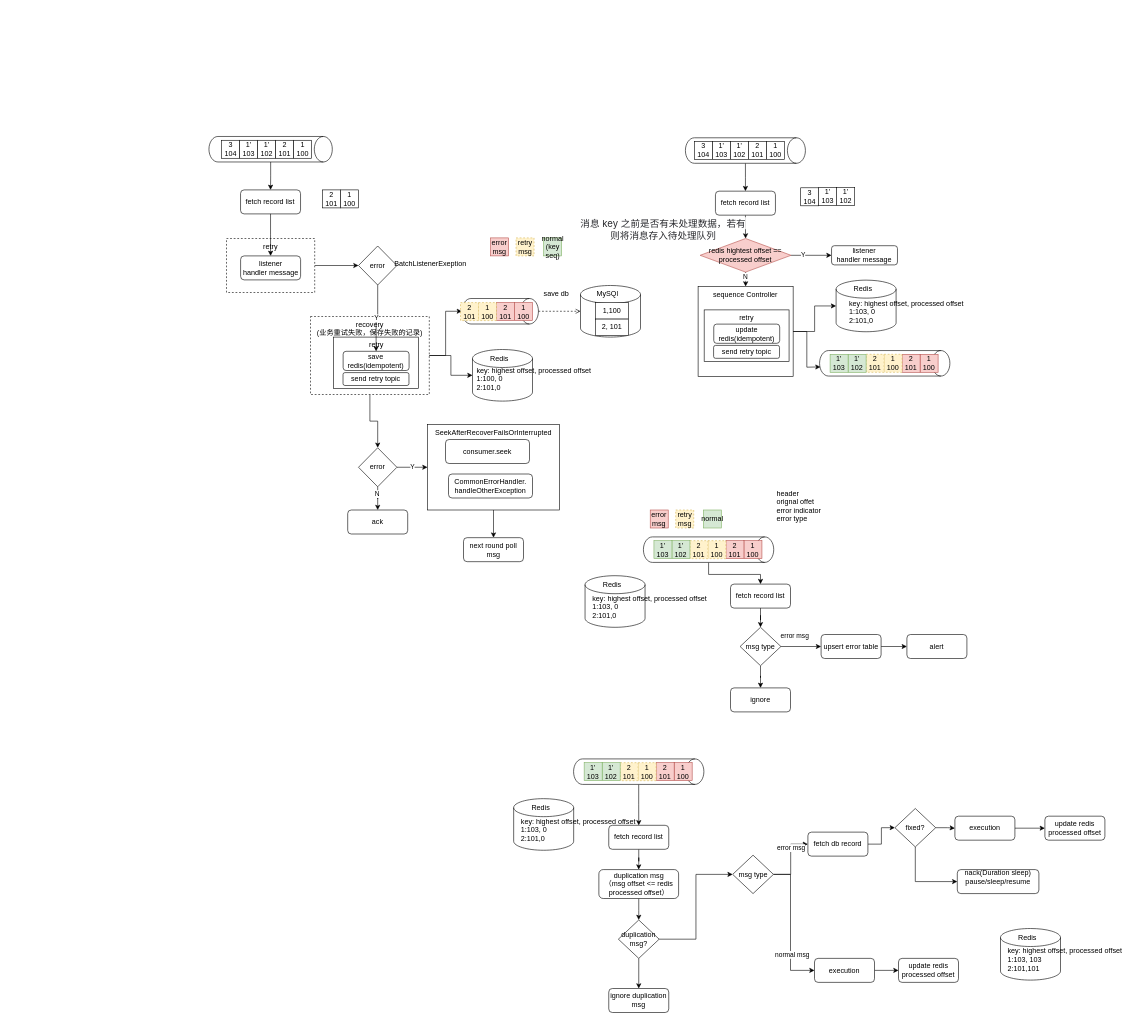
Above: techlab/kafka message handler.drawio in qiufang1314/drawio (draw.io), before the change. Source tidied: cells renumbered, new cells numbered last; positions are measured from the earlier drawing's top-left corner, leaving out a move shared by most shapes. Both pictures are drawn from the tidied source at 60%, with x=0, y=0 at pixel (221, 87).
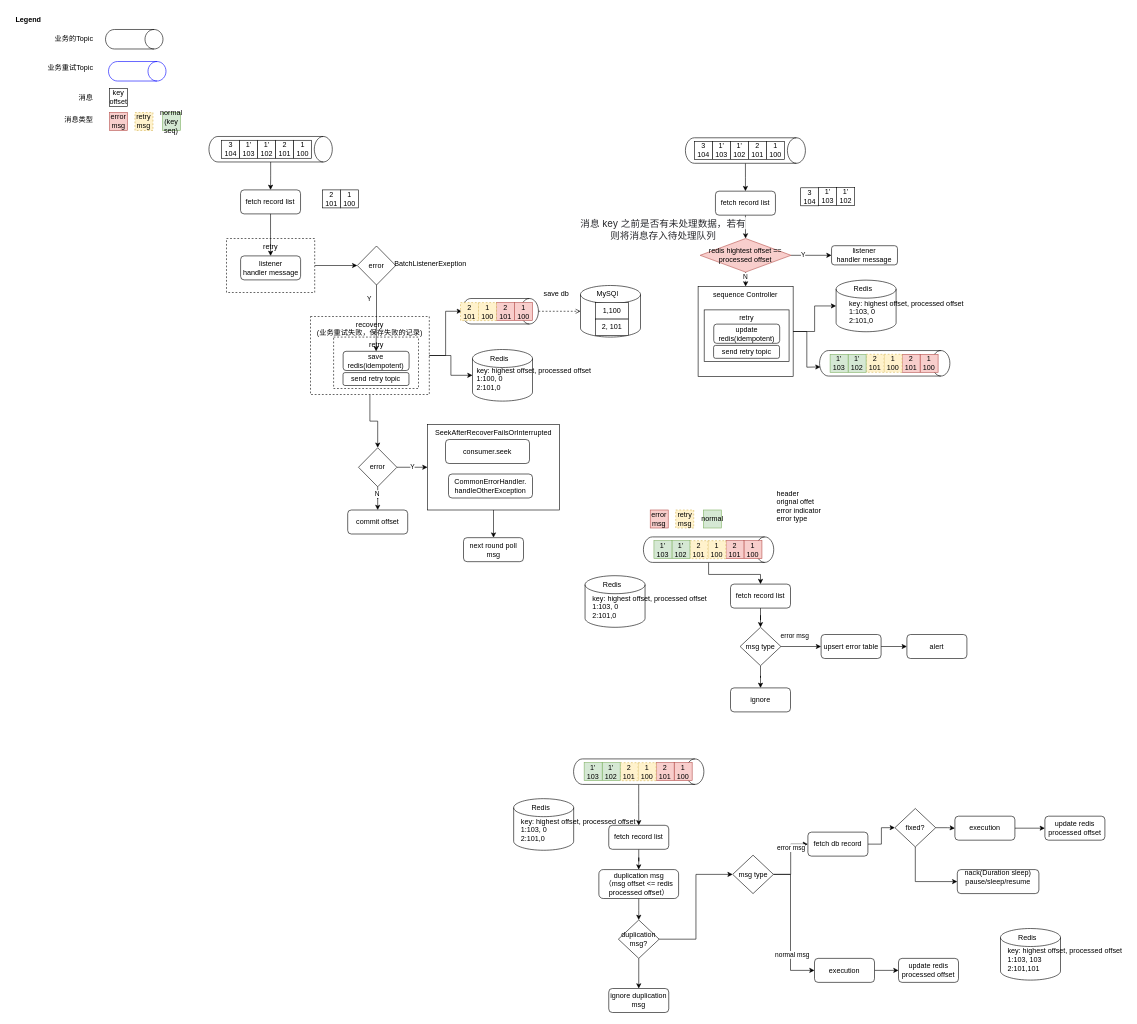
Above is the later version.

The change refers to these unchanged cells:
```xml
<mxCell id="66" value="save redis(idempotent)" style="rounded=1;whiteSpace=wrap;html=1;" parent="1" vertex="1">
  <mxGeometry x="202.4" y="440" width="109.9" height="32" as="geometry" />
</mxCell>
```

The edit, as a diff of the source:
```diff
@@
     <mxCell id="18" value="error" style="rhombus;whiteSpace=wrap;html=1;" parent="1" vertex="1">
-      <mxGeometry x="228" y="264.5" width="64" height="65" as="geometry" />
+      <mxGeometry x="226" y="264.5" width="64" height="65" as="geometry" />
     </mxCell>
@@
-    <mxCell id="64" value="retry" style="rounded=0;whiteSpace=wrap;html=1;verticalAlign=top;" parent="1" vertex="1">
+    <mxCell id="64" value="retry" style="rounded=0;whiteSpace=wrap;html=1;verticalAlign=top;dashed=1;" parent="1" vertex="1">
       <mxGeometry x="186.5" y="416.3" width="141.5" height="85.7" as="geometry" />
     </mxCell>
@@
-    <mxCell id="127" value="error&lt;div&gt;msg&lt;/div&gt;" style="rounded=0;whiteSpace=wrap;html=1;fillColor=#f8cecc;strokeColor=#b85450;" parent="1" vertex="1">
-      <mxGeometry x="448.2" y="251" width="30" height="30" as="geometry" />
-    </mxCell>
-    <mxCell id="128" value="retry&lt;div&gt;msg&lt;/div&gt;" style="rounded=0;whiteSpace=wrap;html=1;dashed=1;fillColor=#fff2cc;strokeColor=#d6b656;" parent="1" vertex="1">
-      <mxGeometry x="490.6" y="251" width="30" height="30" as="geometry" />
-    </mxCell>
-    <mxCell id="129" value="normal&lt;div&gt;(key seq)&lt;/div&gt;" style="rounded=0;whiteSpace=wrap;html=1;fillColor=#d5e8d4;strokeColor=#82b366;" parent="1" vertex="1">
-      <mxGeometry x="536.6" y="251" width="30" height="30" as="geometry" />
-    </mxCell>
@@
-    <mxCell id="145" value="ack" style="rounded=1;whiteSpace=wrap;html=1;" parent="1" vertex="1">
+    <mxCell id="145" value="commit offset" style="rounded=1;whiteSpace=wrap;html=1;" parent="1" vertex="1">
       <mxGeometry x="210" y="704.5" width="100" height="40" as="geometry" />
     </mxCell>
@@
     <mxCell id="150" value="Y" style="edgeStyle=orthogonalEdgeStyle;rounded=0;jettySize=auto;html=1;entryX=0.5;entryY=0;entryDx=0;entryDy=0;" parent="1" edge="1" source="18" target="66">
-      <mxGeometry relative="1" as="geometry" />
+      <mxGeometry x="-0.6" y="-12" relative="1" as="geometry" />
     </mxCell>
+    <mxCell id="151" value="Legend" style="text;html=1;align=center;verticalAlign=middle;whiteSpace=wrap;rounded=0;fontStyle=1;" parent="1" vertex="1">
+      <mxGeometry x="-352" y="-128" width="60" height="30" as="geometry" />
+    </mxCell>
+    <mxCell id="152" style="shape=cylinder3;whiteSpace=wrap;html=1;boundedLbl=1;backgroundOutline=1;size=15;rotation=90;" parent="1" vertex="1">
+      <mxGeometry x="-162" y="-128" width="32.5" height="95.8" as="geometry" />
+    </mxCell>
+    <mxCell id="153" value="业务的Topic" style="text;html=1;align=right;verticalAlign=middle;whiteSpace=wrap;rounded=0;" parent="1" vertex="1">
+      <mxGeometry x="-302" y="-95.1" width="90" height="30" as="geometry" />
+    </mxCell>
+    <mxCell id="154" style="shape=cylinder3;whiteSpace=wrap;html=1;boundedLbl=1;backgroundOutline=1;size=15;rotation=90;strokeColor=#0000FF;" parent="1" vertex="1">
+      <mxGeometry x="-157" y="-74.6" width="32.5" height="95.8" as="geometry" />
+    </mxCell>
+    <mxCell id="155" value="业务重试Topic" style="text;html=1;align=right;verticalAlign=middle;whiteSpace=wrap;rounded=0;" parent="1" vertex="1">
+      <mxGeometry x="-302" y="-46.7" width="90" height="30" as="geometry" />
+    </mxCell>
+    <mxCell id="156" value="消息" style="text;html=1;align=right;verticalAlign=middle;whiteSpace=wrap;rounded=0;" parent="1" vertex="1">
+      <mxGeometry x="-272" y="2" width="60" height="30" as="geometry" />
+    </mxCell>
+    <mxCell id="157" value="key&lt;br&gt;&lt;div&gt;offset&lt;/div&gt;" style="rounded=0;whiteSpace=wrap;html=1;" parent="1" vertex="1">
+      <mxGeometry x="-187" y="2" width="30" height="30" as="geometry" />
+    </mxCell>
+    <mxCell id="158" value="消息类型" style="text;html=1;align=right;verticalAlign=middle;whiteSpace=wrap;rounded=0;" parent="1" vertex="1">
+      <mxGeometry x="-272" y="40.4" width="60" height="30" as="geometry" />
+    </mxCell>
+    <mxCell id="127" value="error&lt;div&gt;msg&lt;/div&gt;" style="rounded=0;whiteSpace=wrap;html=1;fillColor=#f8cecc;strokeColor=#b85450;" parent="1" vertex="1">
+      <mxGeometry x="-187" y="42" width="30" height="30" as="geometry" />
+    </mxCell>
+    <mxCell id="128" value="retry&lt;div&gt;msg&lt;/div&gt;" style="rounded=0;whiteSpace=wrap;html=1;dashed=1;fillColor=#fff2cc;strokeColor=#d6b656;" parent="1" vertex="1">
+      <mxGeometry x="-144.6" y="42" width="30" height="30" as="geometry" />
+    </mxCell>
+    <mxCell id="129" value="normal&lt;div&gt;(key seq)&lt;/div&gt;" style="rounded=0;whiteSpace=wrap;html=1;fillColor=#d5e8d4;strokeColor=#82b366;" parent="1" vertex="1">
+      <mxGeometry x="-98.6" y="42" width="30" height="30" as="geometry" />
+    </mxCell>
```
